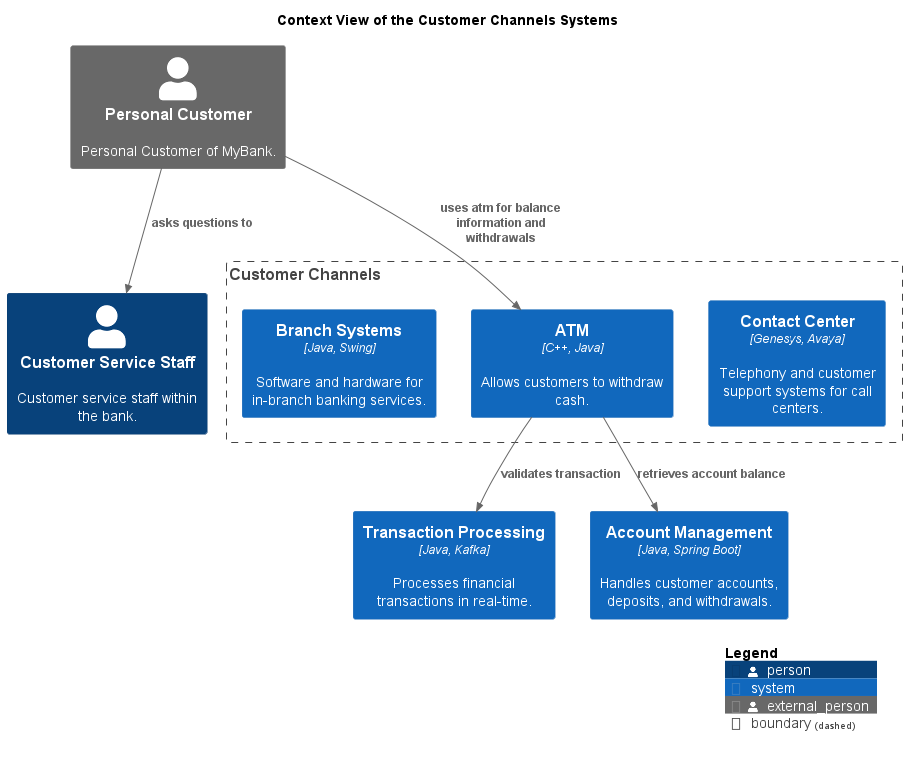
soulspace-org/my-bank-model keeps this PlantUML diagram as docs/mybank/customer-channels/context-view.png. Above is the earlier version.
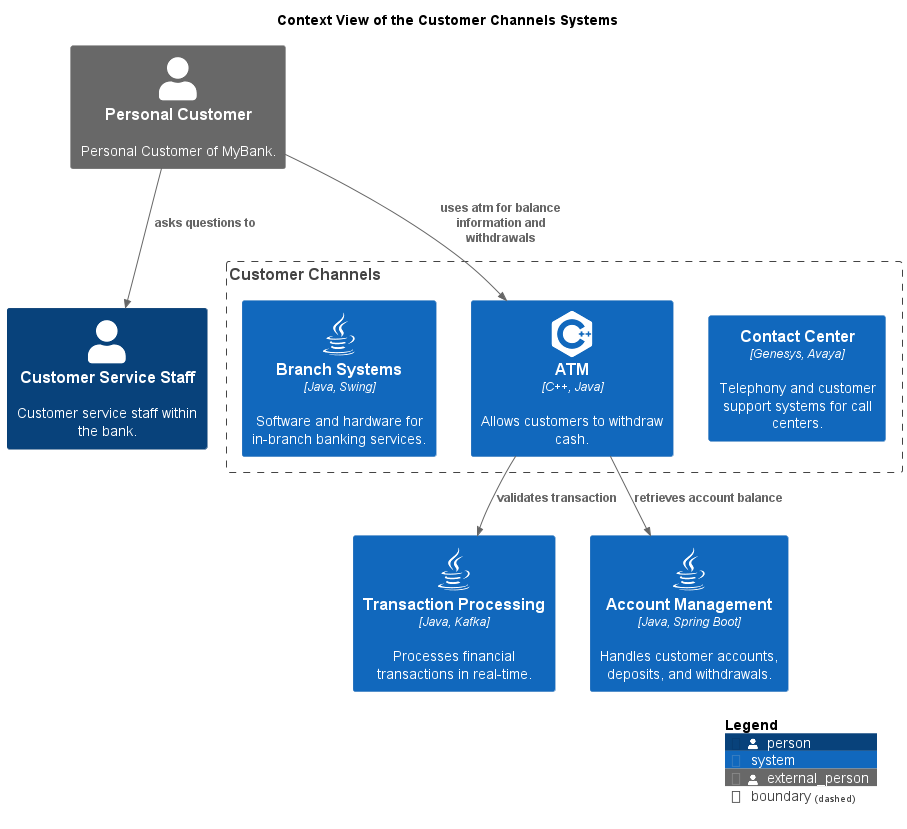
Later version of the same file.

What changed in the source:
```diff
@@ -5,22 +5,28 @@
 !include <azure/AzureCommon>
 !include <azure/AzureC4Integration>
 !include <tupadr3/common>
+!include <tupadr3/font-awesome-5/java>
+!include <logos/kafka>
+!include <tupadr3/font-awesome-5/java>
+!include <tupadr3/font-awesome-5/java>
+!include <tupadr3/devicons2/cplusplus>
+!include <tupadr3/font-awesome-5/java>
 
 
-LAYOUT_TOP_DOWN()
+
 
 
 
 
 title Context View of the Customer Channels Systems
+System(mybank_coreBanking_transactionProcessingSystem, "Transaction Processing", $descr="Processes financial transactions in real-time.", $type="Java, Kafka", $sprite="java")
 Person(mybank_customerChannels_customerServiceStaff, "Customer Service Staff", $descr="Customer service staff within the bank.")
-System(mybank_coreBanking_transactionProcessingSystem, "Transaction Processing", $descr="Processes financial transactions in real-time.", $type="Java, Kafka")
+System(mybank_coreBanking_accountManagementSystem, "Account Management", $descr="Handles customer accounts, deposits, and withdrawals.", $type="Java, Spring Boot", $sprite="java")
 Person_Ext(mybank_personalCustomer, "Personal Customer", $descr="Personal Customer of MyBank.")
-System(mybank_coreBanking_accountManagementSystem, "Account Management", $descr="Handles customer accounts, deposits, and withdrawals.", $type="Java, Spring Boot")
 Boundary(mybank_customerChannels_contextBoundary, "Customer Channels") {
   System(mybank_customerChannels_contactCenterSystem, "Contact Center", $descr="Telephony and customer support systems for call centers.", $type="Genesys, Avaya")
-  System(mybank_customerChannels_atm, "ATM", $descr="Allows customers to withdraw cash.", $type="C++, Java")
-  System(mybank_customerChannels_branchSystems, "Branch Systems", $descr="Software and hardware for in-branch banking services.", $type="Java, Swing")
+  System(mybank_customerChannels_atm, "ATM", $descr="Allows customers to withdraw cash.", $type="C++, Java", $sprite="cplusplus")
+  System(mybank_customerChannels_branchSystems, "Branch Systems", $descr="Software and hardware for in-branch banking services.", $type="Java, Swing", $sprite="java")
 }
 Rel(mybank_customerChannels_atm, mybank_coreBanking_accountManagementSystem, "retrieves account balance")
 Rel(mybank_customerChannels_atm, mybank_coreBanking_transactionProcessingSystem, "validates transaction")
```
